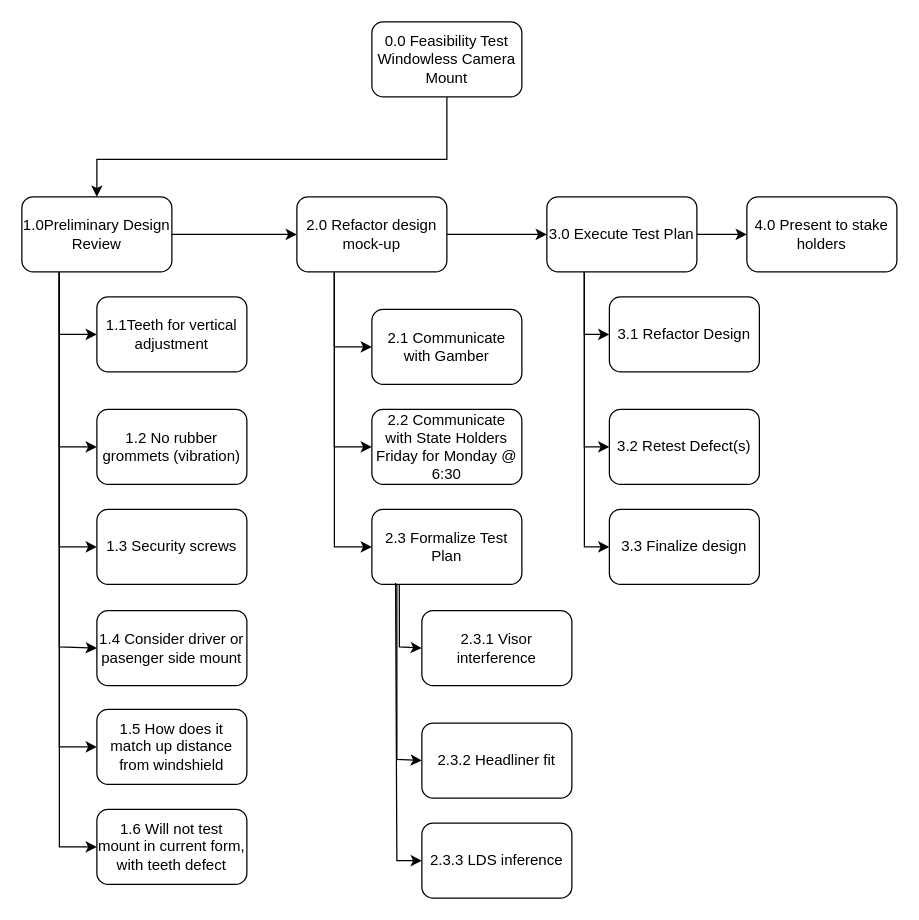
Earlier version of the draw.io diagram WBS Window-less Lytx Camera Mount.drawio (RustyTruck/plc4trucksduck). Source tidied: cells renumbered, new cells numbered last; positions are measured from the earlier drawing's top-left corner, leaving out a move shared by most shapes. Both pictures are drawn from the tidied source at 125%, with x=0, y=0 at pixel (21, 21).
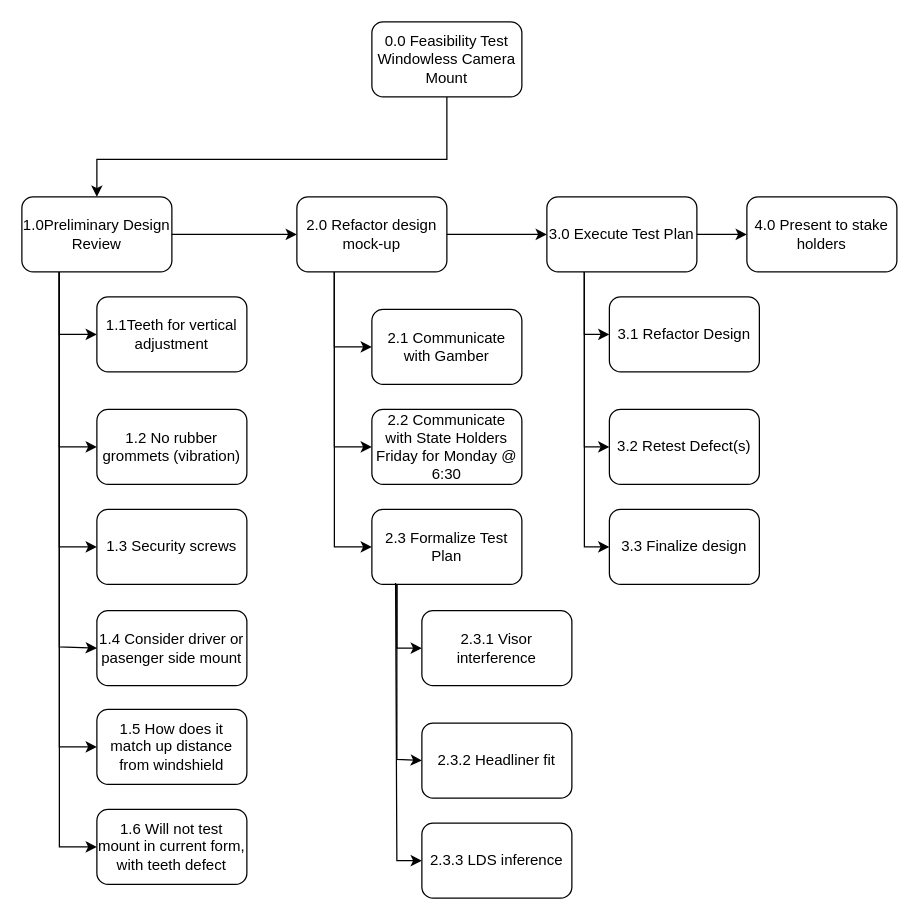
The same page after the edit.

Unchanged cells that the change refers to:
```xml
<mxCell id="4" value="2.3 Formalize Test Plan" style="rounded=1;whiteSpace=wrap;html=1;" parent="1" vertex="1">
  <mxGeometry x="280" y="390" width="120" height="60" as="geometry" />
</mxCell>
<mxCell id="17" value="2.3.1 Visor interference" style="rounded=1;whiteSpace=wrap;html=1;" parent="1" vertex="1">
  <mxGeometry x="320" y="471" width="120" height="60" as="geometry" />
</mxCell>
```

What changed in the source:
```diff
@@
-    <mxCell id="26" style="endArrow=classic;html=1;rounded=0;entryX=0;entryY=0.5;entryDx=0;entryDy=0;exitX=0.183;exitY=1;exitDx=0;exitDy=0;exitPerimeter=0;" parent="1" edge="1" source="4" target="17">
+    <mxCell id="26" style="endArrow=classic;html=1;rounded=0;entryX=0;entryY=0.5;entryDx=0;entryDy=0;" parent="1" edge="1" target="17">
       <mxGeometry relative="1" as="geometry">
+        <mxPoint x="300" y="450" as="sourcePoint" />
         <Array as="points">
-          <mxPoint x="302" y="500" />
+          <mxPoint x="300" y="501" />
         </Array>
       </mxGeometry>
     </mxCell>
```
